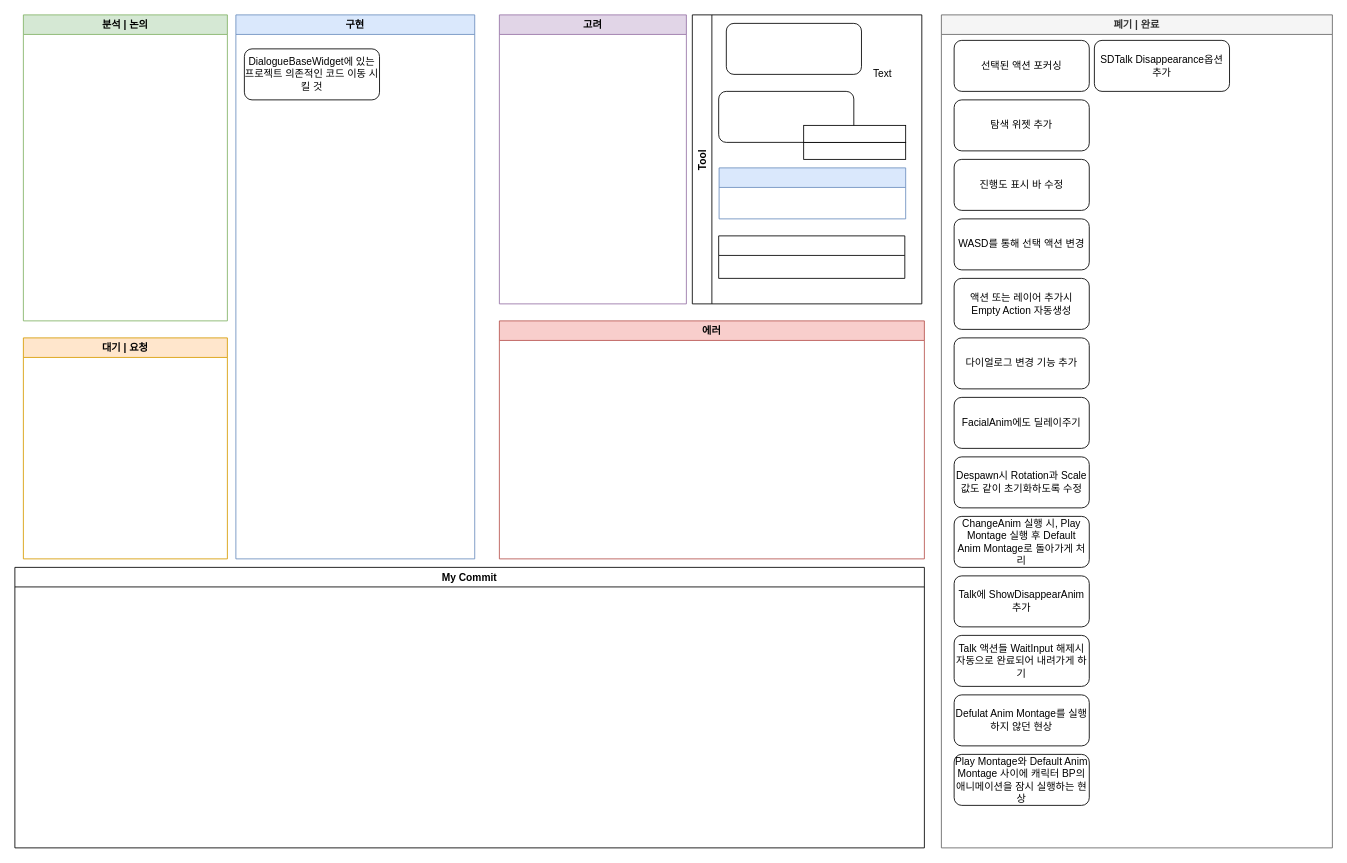
Endorr/Job-Board keeps this draw.io diagram as 다이얼로그 툴 진행상황.drawio. Above is the earlier version. Source tidied: cells renumbered, new cells numbered last; positions are measured from the earlier drawing's top-left corner, leaving out a move shared by most shapes. Both pictures are drawn from the tidied source at 85%, with x=0, y=0 at pixel (14, 14).
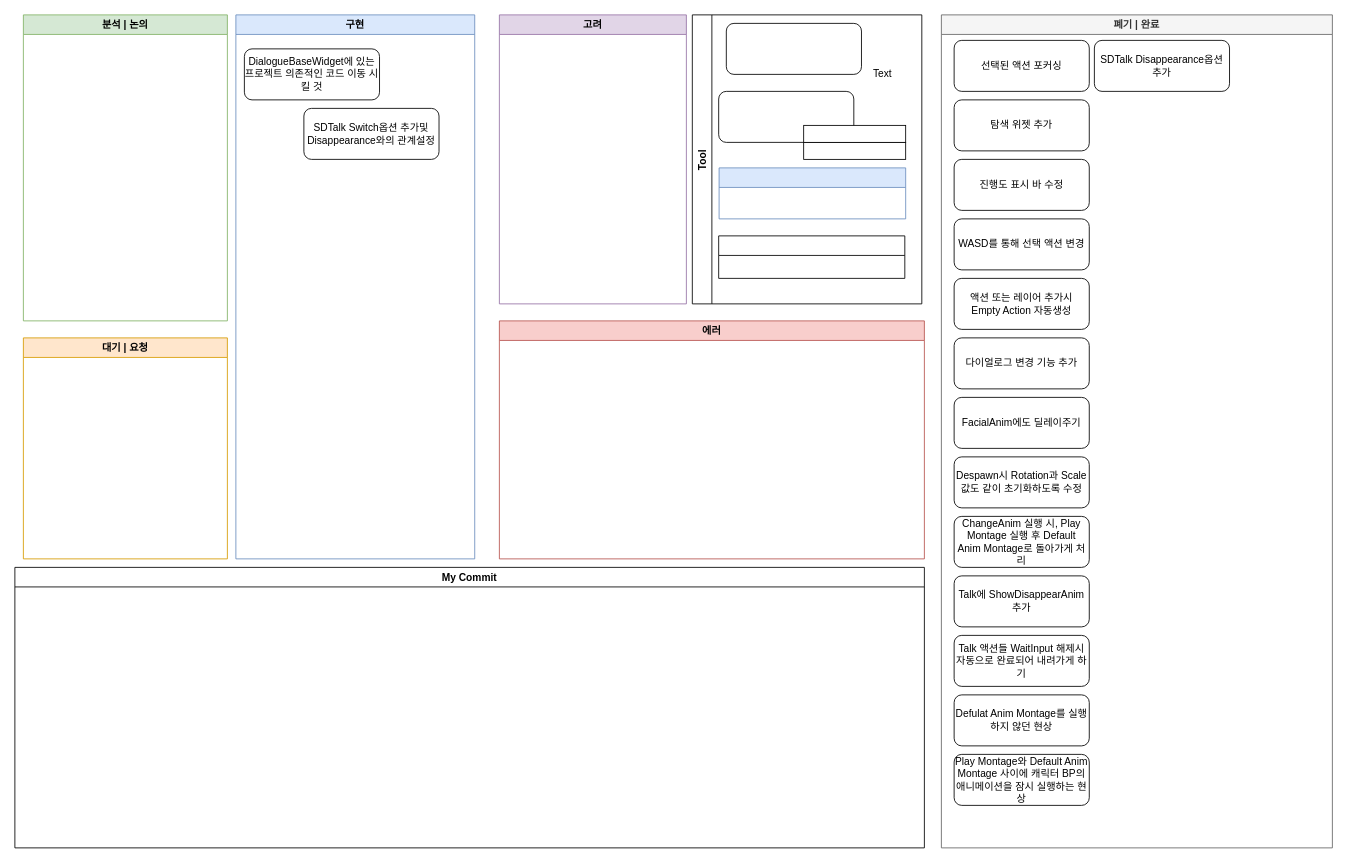
The same page after the edit.

Commit message:
Update 다이얼로그 툴 진행상황.drawio

Unchanged cells that the change refers to:
```xml
<mxCell id="2" value="구현" style="swimlane;fillColor=#dae8fc;strokeColor=#6c8ebf;" parent="1" vertex="1">
  <mxGeometry x="260" width="281" height="640" as="geometry" />
</mxCell>
```

The edit, as a diff of the source:
```diff
@@
+    <mxCell id="33" value="SDTalk Switch옵션 추가및 Disappearance와의 관계설정" style="rounded=1;whiteSpace=wrap;html=1;" parent="2" vertex="1">
+      <mxGeometry x="80" y="110" width="159" height="60" as="geometry" />
+    </mxCell>
```
